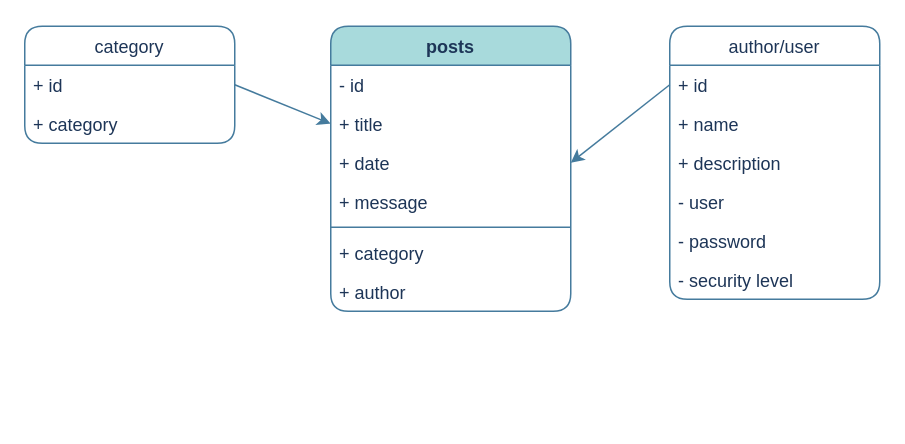
The draw.io diagram Doc/blog_bd.drawio in mendesleu/Projeto-Blog, before the edit. Source tidied: cells renumbered, new cells numbered last; positions are measured from the earlier drawing's top-left corner, leaving out a move shared by most shapes. Both pictures are drawn from the tidied source at 150%, with x=0, y=0 at pixel (24, 26).
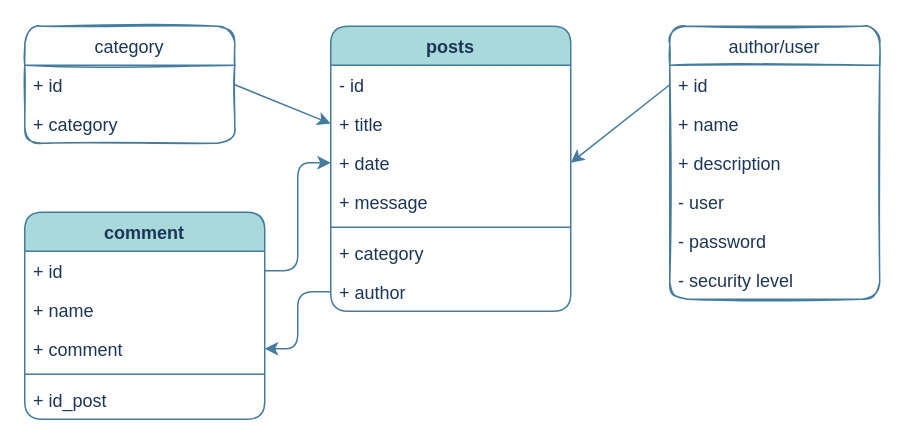
Above is the later version.

Commit message:
comment table draw

What changed in the source:
```diff
@@
-<mxGraphModel background="#FFFFFF">
+<mxGraphModel>
@@
-    <mxCell id="2" style="edgeStyle=none;jettySize=auto;html=1;exitX=1;exitY=0.5;exitDx=0;exitDy=0;entryX=0;entryY=0.5;entryDx=0;entryDy=0;labelBackgroundColor=#F1FAEE;strokeColor=#457B9D;fontColor=#1D3557;" parent="1" edge="1" source="3" target="8">
+    <mxCell id="2" style="edgeStyle=none;jettySize=auto;html=1;exitX=1;exitY=0.5;exitDx=0;exitDy=0;entryX=0;entryY=0.5;entryDx=0;entryDy=0;labelBackgroundColor=#F1FAEE;strokeColor=#457B9D;fontColor=#1D3557;curved=1;" parent="1" edge="1" source="3" target="8">
       <mxGeometry relative="1" as="geometry" />
     </mxCell>
-    <mxCell id="3" value="category" style="swimlane;fontStyle=0;horizontal=1;startSize=26;fillColor=none;strokeColor=#457B9D;fontColor=#1D3557;rounded=1;" parent="1" vertex="1">
+    <mxCell id="3" value="category" style="swimlane;fontStyle=0;horizontal=1;startSize=26;fillColor=none;strokeColor=#457B9D;fontColor=#1D3557;rounded=1;sketch=1;" parent="1" vertex="1">
       <mxGeometry width="140" height="78" as="geometry" />
     </mxCell>
-    <mxCell id="4" value="+ id" style="text;strokeColor=none;fillColor=none;align=left;verticalAlign=top;spacingLeft=4;spacingRight=4;overflow=hidden;fontColor=#1D3557;rounded=1;" parent="3" vertex="1">
+    <mxCell id="4" value="+ id" style="text;strokeColor=none;fillColor=none;align=left;verticalAlign=top;spacingLeft=4;spacingRight=4;overflow=hidden;fontColor=#1D3557;" parent="3" vertex="1">
       <mxGeometry y="26" width="140" height="26" as="geometry" />
     </mxCell>
-    <mxCell id="5" value="+ category" style="text;strokeColor=none;fillColor=none;align=left;verticalAlign=top;spacingLeft=4;spacingRight=4;overflow=hidden;fontColor=#1D3557;rounded=1;" parent="3" vertex="1">
+    <mxCell id="5" value="+ category" style="text;strokeColor=none;fillColor=none;align=left;verticalAlign=top;spacingLeft=4;spacingRight=4;overflow=hidden;fontColor=#1D3557;" parent="3" vertex="1">
       <mxGeometry y="52" width="140" height="26" as="geometry" />
     </mxCell>
-    <mxCell id="6" value="posts" style="swimlane;fontStyle=1;align=center;verticalAlign=top;horizontal=1;startSize=26;fillColor=#A8DADC;strokeColor=#457B9D;fontColor=#1D3557;rounded=1;" parent="1" vertex="1">
+    <mxCell id="6" value="posts" style="swimlane;fontStyle=1;align=center;verticalAlign=top;horizontal=1;startSize=26;fillColor=#A8DADC;strokeColor=#457B9D;fontColor=#1D3557;rounded=1;sketch=0;" parent="1" vertex="1">
       <mxGeometry x="204" width="160" height="190" as="geometry" />
     </mxCell>
-    <mxCell id="7" value="- id" style="text;strokeColor=none;fillColor=none;align=left;verticalAlign=top;spacingLeft=4;spacingRight=4;overflow=hidden;fontColor=#1D3557;rounded=1;" parent="6" vertex="1">
+    <mxCell id="7" value="- id" style="text;strokeColor=none;fillColor=none;align=left;verticalAlign=top;spacingLeft=4;spacingRight=4;overflow=hidden;fontColor=#1D3557;" parent="6" vertex="1">
       <mxGeometry y="26" width="160" height="26" as="geometry" />
     </mxCell>
-    <mxCell id="8" value="+ title" style="text;strokeColor=none;fillColor=none;align=left;verticalAlign=top;spacingLeft=4;spacingRight=4;overflow=hidden;points=[[0,0.5],[1,0.5]];portConstraint=eastwest;fontColor=#1D3557;rounded=1;" parent="6" vertex="1">
+    <mxCell id="8" value="+ title" style="text;strokeColor=none;fillColor=none;align=left;verticalAlign=top;spacingLeft=4;spacingRight=4;overflow=hidden;points=[[0,0.5],[1,0.5]];portConstraint=eastwest;fontColor=#1D3557;" parent="6" vertex="1">
       <mxGeometry y="52" width="160" height="26" as="geometry" />
     </mxCell>
-    <mxCell id="9" value="+ date" style="text;strokeColor=none;fillColor=none;align=left;verticalAlign=top;spacingLeft=4;spacingRight=4;overflow=hidden;points=[[0,0.5],[1,0.5]];portConstraint=eastwest;fontColor=#1D3557;rounded=1;" parent="6" vertex="1">
+    <mxCell id="9" value="+ date" style="text;strokeColor=none;fillColor=none;align=left;verticalAlign=top;spacingLeft=4;spacingRight=4;overflow=hidden;points=[[0,0.5],[1,0.5]];portConstraint=eastwest;fontColor=#1D3557;" parent="6" vertex="1">
       <mxGeometry y="78" width="160" height="26" as="geometry" />
     </mxCell>
-    <mxCell id="10" value="+ message" style="text;strokeColor=none;fillColor=none;align=left;verticalAlign=top;spacingLeft=4;spacingRight=4;overflow=hidden;fontColor=#1D3557;rounded=1;" parent="6" vertex="1">
+    <mxCell id="10" value="+ message" style="text;strokeColor=none;fillColor=none;align=left;verticalAlign=top;spacingLeft=4;spacingRight=4;overflow=hidden;fontColor=#1D3557;" parent="6" vertex="1">
       <mxGeometry y="104" width="160" height="26" as="geometry" />
     </mxCell>
-    <mxCell id="11" style="line;strokeWidth=1;fillColor=none;align=left;verticalAlign=middle;spacingTop=-1;spacingLeft=3;spacingRight=3;labelPosition=right;labelBackgroundColor=#F1FAEE;strokeColor=#457B9D;fontColor=#1D3557;rounded=1;" parent="6" vertex="1">
+    <mxCell id="11" style="line;strokeWidth=1;fillColor=none;align=left;verticalAlign=middle;spacingTop=-1;spacingLeft=3;spacingRight=3;labelPosition=right;labelBackgroundColor=#F1FAEE;strokeColor=#457B9D;fontColor=#1D3557;" parent="6" vertex="1">
       <mxGeometry y="130" width="160" height="8" as="geometry" />
     </mxCell>
-    <mxCell id="12" value="+ category&#10;" style="text;strokeColor=none;fillColor=none;align=left;verticalAlign=top;spacingLeft=4;spacingRight=4;overflow=hidden;fontColor=#1D3557;rounded=1;" parent="6" vertex="1">
+    <mxCell id="12" value="+ category&#10;" style="text;strokeColor=none;fillColor=none;align=left;verticalAlign=top;spacingLeft=4;spacingRight=4;overflow=hidden;fontColor=#1D3557;" parent="6" vertex="1">
       <mxGeometry y="138" width="160" height="26" as="geometry" />
     </mxCell>
-    <mxCell id="13" value="+ author" style="text;strokeColor=none;fillColor=none;align=left;verticalAlign=top;spacingLeft=4;spacingRight=4;overflow=hidden;points=[[0,0.5],[1,0.5]];portConstraint=eastwest;fontColor=#1D3557;rounded=1;" parent="6" vertex="1">
+    <mxCell id="13" value="+ author" style="text;strokeColor=none;fillColor=none;align=left;verticalAlign=top;spacingLeft=4;spacingRight=4;overflow=hidden;points=[[0,0.5],[1,0.5]];portConstraint=eastwest;fontColor=#1D3557;" parent="6" vertex="1">
       <mxGeometry y="164" width="160" height="26" as="geometry" />
     </mxCell>
-    <mxCell id="14" value="author/user" style="swimlane;fontStyle=0;horizontal=1;startSize=26;fillColor=none;strokeColor=#457B9D;fontColor=#1D3557;rounded=1;" parent="1" vertex="1">
+    <mxCell id="14" value="author/user" style="swimlane;fontStyle=0;horizontal=1;startSize=26;fillColor=none;strokeColor=#457B9D;fontColor=#1D3557;shadow=0;rounded=1;sketch=1;glass=0;" parent="1" vertex="1">
       <mxGeometry x="430" width="140" height="182" as="geometry" />
     </mxCell>
-    <mxCell id="15" value="+ id" style="text;strokeColor=none;fillColor=none;align=left;verticalAlign=top;spacingLeft=4;spacingRight=4;overflow=hidden;points=[[0,0.5],[1,0.5]];portConstraint=eastwest;fontColor=#1D3557;rounded=1;" parent="14" vertex="1">
+    <mxCell id="15" value="+ id" style="text;strokeColor=none;fillColor=none;align=left;verticalAlign=top;spacingLeft=4;spacingRight=4;overflow=hidden;points=[[0,0.5],[1,0.5]];portConstraint=eastwest;fontColor=#1D3557;" parent="14" vertex="1">
       <mxGeometry y="26" width="140" height="26" as="geometry" />
     </mxCell>
-    <mxCell id="16" value="+ name" style="text;strokeColor=none;fillColor=none;align=left;verticalAlign=top;spacingLeft=4;spacingRight=4;overflow=hidden;fontColor=#1D3557;rounded=1;" parent="14" vertex="1">
+    <mxCell id="16" value="+ name" style="text;strokeColor=none;fillColor=none;align=left;verticalAlign=top;spacingLeft=4;spacingRight=4;overflow=hidden;fontColor=#1D3557;shadow=0;rounded=0;" parent="14" vertex="1">
       <mxGeometry y="52" width="140" height="26" as="geometry" />
     </mxCell>
-    <mxCell id="17" value="+ description" style="text;strokeColor=none;fillColor=none;align=left;verticalAlign=top;spacingLeft=4;spacingRight=4;overflow=hidden;fontColor=#1D3557;rounded=1;" parent="14" vertex="1">
+    <mxCell id="17" value="+ description" style="text;strokeColor=none;fillColor=none;align=left;verticalAlign=top;spacingLeft=4;spacingRight=4;overflow=hidden;fontColor=#1D3557;" parent="14" vertex="1">
       <mxGeometry y="78" width="140" height="26" as="geometry" />
     </mxCell>
-    <mxCell id="18" value="- user" style="text;strokeColor=none;fillColor=none;align=left;verticalAlign=top;spacingLeft=4;spacingRight=4;overflow=hidden;fontColor=#1D3557;rounded=1;" parent="14" vertex="1">
+    <mxCell id="18" value="- user" style="text;strokeColor=none;fillColor=none;align=left;verticalAlign=top;spacingLeft=4;spacingRight=4;overflow=hidden;fontColor=#1D3557;" parent="14" vertex="1">
       <mxGeometry y="104" width="140" height="26" as="geometry" />
     </mxCell>
-    <mxCell id="19" value="- password" style="text;strokeColor=none;fillColor=none;align=left;verticalAlign=top;spacingLeft=4;spacingRight=4;overflow=hidden;fontColor=#1D3557;rounded=1;" parent="14" vertex="1">
+    <mxCell id="19" value="- password" style="text;strokeColor=none;fillColor=none;align=left;verticalAlign=top;spacingLeft=4;spacingRight=4;overflow=hidden;fontColor=#1D3557;" parent="14" vertex="1">
       <mxGeometry y="130" width="140" height="26" as="geometry" />
     </mxCell>
-    <mxCell id="20" value="- security level" style="text;strokeColor=none;fillColor=none;align=left;verticalAlign=top;spacingLeft=4;spacingRight=4;overflow=hidden;fontColor=#1D3557;rounded=1;" parent="14" vertex="1">
+    <mxCell id="20" value="- security level" style="text;strokeColor=none;fillColor=none;align=left;verticalAlign=top;spacingLeft=4;spacingRight=4;overflow=hidden;fontColor=#1D3557;" parent="14" vertex="1">
       <mxGeometry y="156" width="140" height="26" as="geometry" />
     </mxCell>
-    <mxCell id="21" style="edgeStyle=none;jettySize=auto;html=1;exitX=0;exitY=0.5;exitDx=0;exitDy=0;entryX=1;entryY=0.5;entryDx=0;entryDy=0;labelBackgroundColor=#F1FAEE;strokeColor=#457B9D;fontColor=#1D3557;" parent="1" edge="1" source="15" target="9">
+    <mxCell id="21" style="edgeStyle=none;jettySize=auto;html=1;exitX=0;exitY=0.5;exitDx=0;exitDy=0;entryX=1;entryY=0.5;entryDx=0;entryDy=0;labelBackgroundColor=#F1FAEE;strokeColor=#457B9D;fontColor=#1D3557;curved=1;" parent="1" edge="1" source="15" target="9">
       <mxGeometry relative="1" as="geometry" />
     </mxCell>
+    <mxCell id="22" value="comment" style="swimlane;fontStyle=1;align=center;verticalAlign=top;horizontal=1;startSize=26;rounded=1;sketch=0;fillColor=#A8DADC;strokeColor=#457B9D;swimlaneFillColor=none;fontColor=#1D3557;" parent="1" vertex="1">
+      <mxGeometry y="124" width="160" height="138" as="geometry" />
+    </mxCell>
+    <mxCell id="23" value="+ id" style="text;strokeColor=none;fillColor=none;align=left;verticalAlign=top;spacingLeft=4;spacingRight=4;overflow=hidden;points=[[0,0.5],[1,0.5]];portConstraint=eastwest;fontColor=#1D3557;" parent="22" vertex="1">
+      <mxGeometry y="26" width="160" height="26" as="geometry" />
+    </mxCell>
+    <mxCell id="24" value="+ name" style="text;strokeColor=none;fillColor=none;align=left;verticalAlign=top;spacingLeft=4;spacingRight=4;overflow=hidden;fontColor=#1D3557;" parent="22" vertex="1">
+      <mxGeometry y="52" width="160" height="26" as="geometry" />
+    </mxCell>
+    <mxCell id="25" value="+ comment" style="text;strokeColor=none;fillColor=none;align=left;verticalAlign=top;spacingLeft=4;spacingRight=4;overflow=hidden;points=[[0,0.5],[1,0.5]];portConstraint=eastwest;fontColor=#1D3557;" parent="22" vertex="1">
+      <mxGeometry y="78" width="160" height="26" as="geometry" />
+    </mxCell>
+    <mxCell id="26" style="line;strokeWidth=1;fillColor=none;align=left;verticalAlign=middle;spacingTop=-1;spacingLeft=3;spacingRight=3;labelPosition=right;labelBackgroundColor=#F1FAEE;strokeColor=#457B9D;fontColor=#1D3557;" parent="22" vertex="1">
+      <mxGeometry y="104" width="160" height="8" as="geometry" />
+    </mxCell>
+    <mxCell id="27" value="+ id_post" style="text;strokeColor=none;fillColor=none;align=left;verticalAlign=top;spacingLeft=4;spacingRight=4;overflow=hidden;fontColor=#1D3557;" parent="22" vertex="1">
+      <mxGeometry y="112" width="160" height="26" as="geometry" />
+    </mxCell>
+    <mxCell id="28" style="edgeStyle=orthogonalEdgeStyle;rounded=1;sketch=0;jettySize=auto;html=1;exitX=1;exitY=0.5;exitDx=0;exitDy=0;entryX=0;entryY=0.5;entryDx=0;entryDy=0;fontColor=#1D3557;strokeColor=#457B9D;fillColor=#A8DADC;" parent="1" edge="1" source="23" target="9">
+      <mxGeometry relative="1" as="geometry" />
+    </mxCell>
+    <mxCell id="29" style="edgeStyle=orthogonalEdgeStyle;rounded=1;sketch=0;jettySize=auto;html=1;exitX=0;exitY=0.5;exitDx=0;exitDy=0;entryX=1;entryY=0.5;entryDx=0;entryDy=0;fontColor=#1D3557;strokeColor=#457B9D;fillColor=#A8DADC;" parent="1" edge="1" source="13" target="25">
+      <mxGeometry relative="1" as="geometry" />
+    </mxCell>
```
